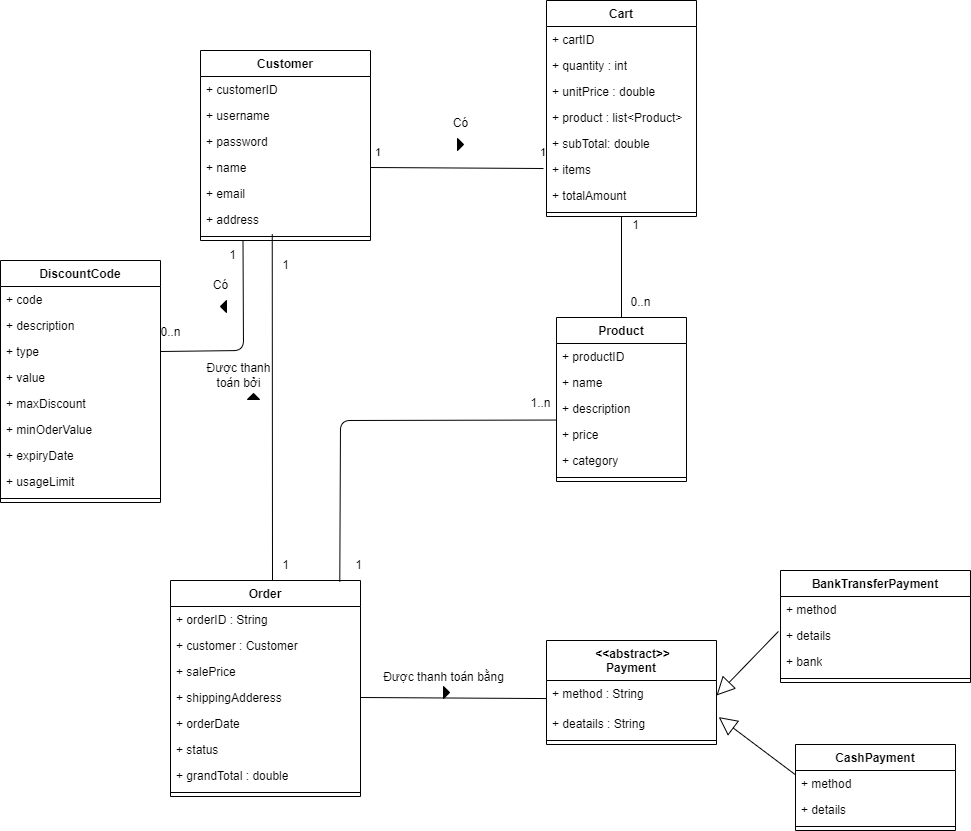
Above: Domain Class Diagram/Cart_Checkout.drawio.png in NguyenThaiDung2003/IT3120Nhom11 (draw.io), before the change. Source tidied: cells renumbered, new cells last; positions are measured from the earlier drawing's top-left corner, leaving out a move shared by most shapes.
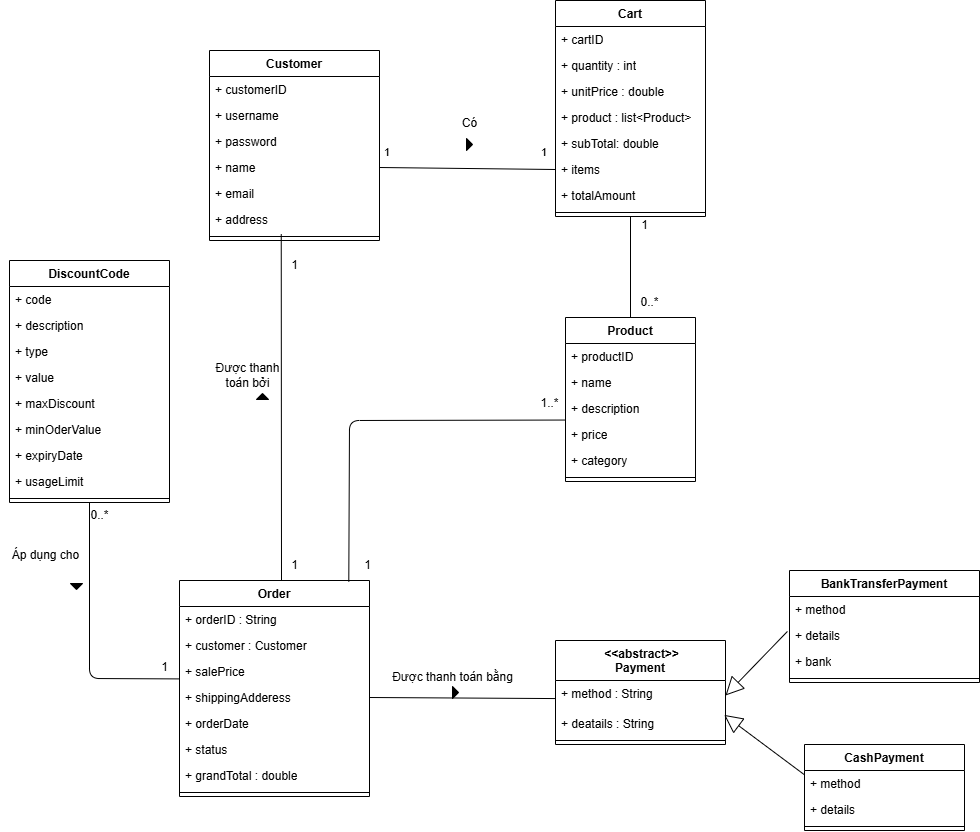
After the commit.

Change to the diagram source:
```diff
@@ -173,17 +173,17 @@
     <mxCell id="58" style="endArrow=block;endSize=16;endFill=0;html=1;exitX=-0.011;exitY=0.344;exitDx=0;exitDy=0;entryX=1;entryY=0.5;entryDx=0;entryDy=0;exitPerimeter=0;" parent="1" edge="1" source="55" target="46">
       <mxGeometry relative="1" as="geometry" />
     </mxCell>
-    <mxCell id="59" style="endArrow=block;endSize=16;endFill=0;html=1;exitX=-0.001;exitY=0.162;exitDx=0;exitDy=0;entryX=1.013;entryY=0.253;entryDx=0;entryDy=0;entryPerimeter=0;exitPerimeter=0;" parent="1" edge="1" source="50" target="47">
+    <mxCell id="59" style="endArrow=block;endSize=16;endFill=0;html=1;exitX=-0.001;exitY=0.162;exitDx=0;exitDy=0;entryX=0.992;entryY=0.168;entryDx=0;entryDy=0;entryPerimeter=0;exitPerimeter=0;" parent="1" edge="1" source="50" target="47">
       <mxGeometry relative="1" as="geometry" />
     </mxCell>
     <mxCell id="60" value="&lt;span style=&quot;color: rgb(0, 0, 0); font-family: Helvetica; font-size: 11px; font-style: normal; font-variant-ligatures: normal; font-variant-caps: normal; font-weight: 400; letter-spacing: normal; orphans: 2; text-align: left; text-indent: 0px; text-transform: none; widows: 2; word-spacing: 0px; -webkit-text-stroke-width: 0px; white-space: nowrap; background-color: rgb(255, 255, 255); text-decoration-thickness: initial; text-decoration-style: initial; text-decoration-color: initial; display: inline !important; float: none;&quot;&gt;1&lt;/span&gt;" style="text;whiteSpace=wrap;html=1;" parent="1" vertex="1">
-      <mxGeometry x="538" y="138" width="10" height="30" as="geometry" />
+      <mxGeometry x="530" y="138" width="10" height="30" as="geometry" />
     </mxCell>
     <mxCell id="61" value="1" style="text;html=1;align=center;verticalAlign=middle;strokeColor=none;fillColor=none;" parent="1" vertex="1">
       <mxGeometry x="270" y="250" width="30" height="30" as="geometry" />
     </mxCell>
-    <mxCell id="62" value="0..n" style="text;html=1;align=center;verticalAlign=middle;strokeColor=none;fillColor=none;" parent="1" vertex="1">
-      <mxGeometry x="150" y="317" width="40" height="30" as="geometry" />
+    <mxCell id="62" value="0..*" style="text;html=1;align=center;verticalAlign=middle;strokeColor=none;fillColor=none;" parent="1" vertex="1">
+      <mxGeometry x="70" y="500" width="40" height="30" as="geometry" />
     </mxCell>
     <mxCell id="63" value="1" style="text;html=1;align=center;verticalAlign=middle;strokeColor=none;fillColor=none;" parent="1" vertex="1">
       <mxGeometry x="270" y="550" width="30" height="30" as="geometry" />
@@ -191,12 +191,9 @@
     <mxCell id="64" style="triangle;fillColor=strokeColor;" parent="1" vertex="1">
       <mxGeometry x="457" y="138" width="6" height="12" as="geometry" />
     </mxCell>
-    <mxCell id="65" style="triangle;fillColor=strokeColor;direction=west;" parent="1" vertex="1">
-      <mxGeometry x="220" y="300" width="6" height="12" as="geometry" />
+    <mxCell id="65" style="triangle;fillColor=strokeColor;direction=south;rotation=0;" parent="1" vertex="1">
+      <mxGeometry x="61" y="583" width="12" height="6" as="geometry" />
     </mxCell>
-    <mxCell id="66" value="Có" style="text;html=1;align=center;verticalAlign=middle;strokeColor=none;fillColor=none;" parent="1" vertex="1">
-      <mxGeometry x="200" y="270" width="40" height="30" as="geometry" />
-    </mxCell>
     <mxCell id="67" value="Có" style="text;html=1;align=center;verticalAlign=middle;strokeColor=none;fillColor=none;" parent="1" vertex="1">
       <mxGeometry x="440" y="108" width="40" height="30" as="geometry" />
     </mxCell>
@@ -208,14 +205,14 @@
         <mxPoint x="272" y="580" as="sourcePoint" />
       </mxGeometry>
     </mxCell>
-    <mxCell id="70" style="endArrow=none;html=1;exitX=0.25;exitY=1;exitDx=0;exitDy=0;entryX=1;entryY=0.5;entryDx=0;entryDy=0;" parent="1" edge="1" source="2" target="38">
+    <mxCell id="70" style="endArrow=none;html=1;exitX=0.002;exitY=0.785;exitDx=0;exitDy=0;entryX=0.5;entryY=1;entryDx=0;entryDy=0;exitPerimeter=0;" parent="1" edge="1" source="22" target="35">
       <mxGeometry relative="1" as="geometry">
         <Array as="points">
-          <mxPoint x="243" y="350" />
+          <mxPoint x="80" y="678" />
         </Array>
       </mxGeometry>
     </mxCell>
-    <mxCell id="71" style="endArrow=none;html=1;exitX=1;exitY=0.5;exitDx=0;exitDy=0;entryX=0.5;entryY=1;entryDx=0;entryDy=0;" parent="1" edge="1" source="6" target="60">
+    <mxCell id="71" style="endArrow=none;html=1;exitX=1;exitY=0.5;exitDx=0;exitDy=0;entryX=0;entryY=0.5;entryDx=0;entryDy=0;" parent="1" edge="1" source="6" target="16">
       <mxGeometry relative="1" as="geometry" />
     </mxCell>
     <mxCell id="72" style="endArrow=none;html=1;entryX=0.5;entryY=1;entryDx=0;entryDy=0;exitX=0.5;exitY=0;exitDx=0;exitDy=0;" parent="1" edge="1" source="28" target="10">
@@ -233,7 +230,7 @@
     <mxCell id="76" value="1" style="text;html=1;align=center;verticalAlign=middle;strokeColor=none;fillColor=none;" parent="1" vertex="1">
       <mxGeometry x="620" y="210" width="30" height="30" as="geometry" />
     </mxCell>
-    <mxCell id="77" value="0..n" style="text;html=1;align=center;verticalAlign=middle;strokeColor=none;fillColor=none;" parent="1" vertex="1">
+    <mxCell id="77" value="0..*" style="text;html=1;align=center;verticalAlign=middle;strokeColor=none;fillColor=none;" parent="1" vertex="1">
       <mxGeometry x="620" y="287" width="40" height="30" as="geometry" />
     </mxCell>
     <mxCell id="78" value="Được thanh toán bởi" style="text;strokeColor=none;align=center;fillColor=none;html=1;verticalAlign=middle;whiteSpace=wrap;rounded=0;" parent="1" vertex="1">
@@ -249,14 +246,17 @@
     <mxCell id="80" value="1" style="text;html=1;align=center;verticalAlign=middle;strokeColor=none;fillColor=none;" parent="1" vertex="1">
       <mxGeometry x="343" y="550" width="30" height="30" as="geometry" />
     </mxCell>
-    <mxCell id="81" value="1..n" style="text;html=1;align=center;verticalAlign=middle;strokeColor=none;fillColor=none;" parent="1" vertex="1">
+    <mxCell id="81" value="1..*" style="text;html=1;align=center;verticalAlign=middle;strokeColor=none;fillColor=none;" parent="1" vertex="1">
       <mxGeometry x="520" y="388" width="40" height="30" as="geometry" />
     </mxCell>
     <mxCell id="82" style="triangle;fillColor=strokeColor;direction=east;" parent="1" vertex="1">
       <mxGeometry x="443" y="686" width="6" height="12" as="geometry" />
     </mxCell>
     <mxCell id="83" value="1" style="text;html=1;align=center;verticalAlign=middle;strokeColor=none;fillColor=none;" parent="1" vertex="1">
-      <mxGeometry x="217" y="240" width="30" height="30" as="geometry" />
+      <mxGeometry x="140" y="652" width="30" height="30" as="geometry" />
     </mxCell>
+    <mxCell id="84" value="Áp dụng cho" style="text;html=1;align=center;verticalAlign=middle;strokeColor=none;fillColor=none;" parent="1" vertex="1">
+      <mxGeometry x="-9" y="540" width="90" height="30" as="geometry" />
+    </mxCell>
   </root>
 </mxGraphModel>
```
